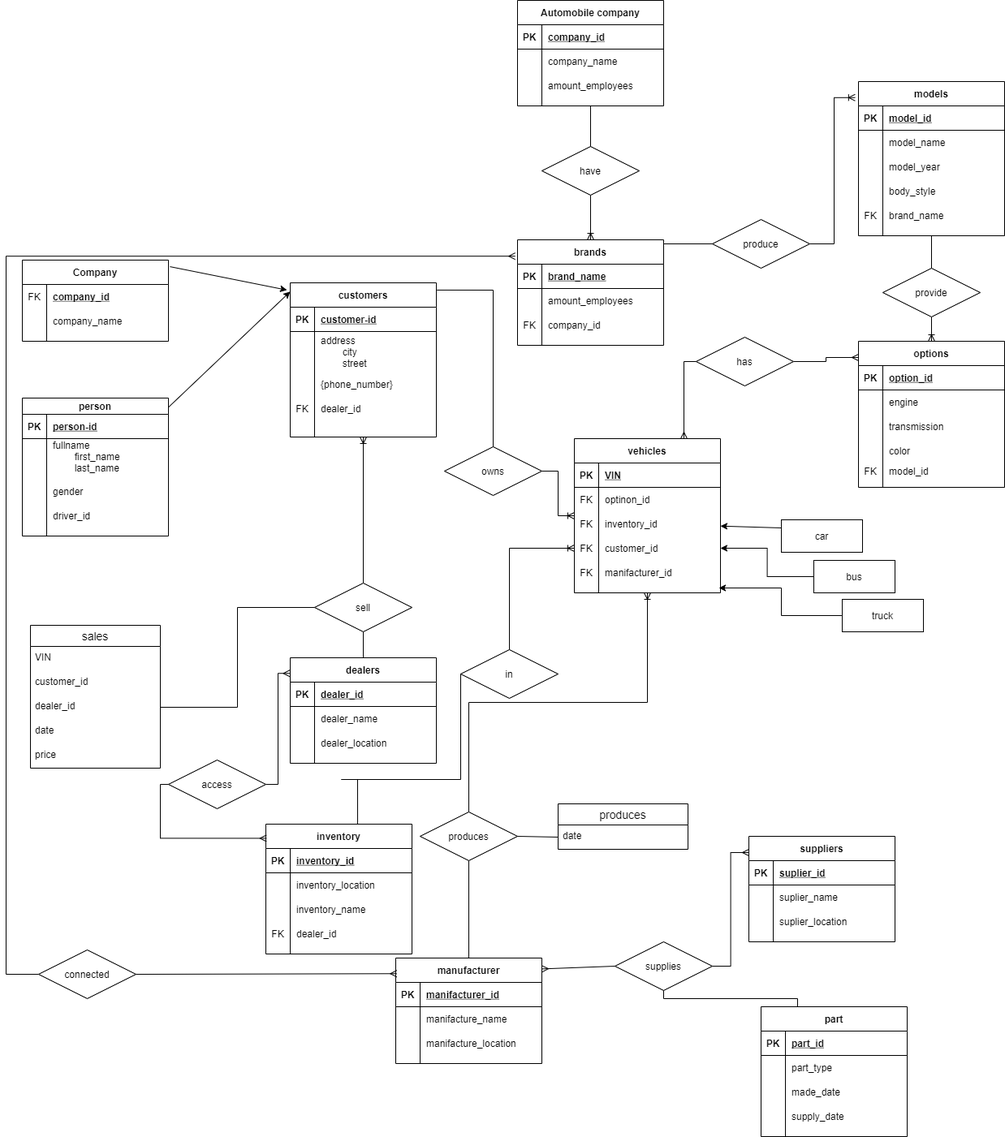
Above: Project/Project.drawio.png in dari-kayoo/Database (draw.io), before the change. Source tidied: cells renumbered, new cells last; positions are measured from the earlier drawing's top-left corner, leaving out a move shared by most shapes.
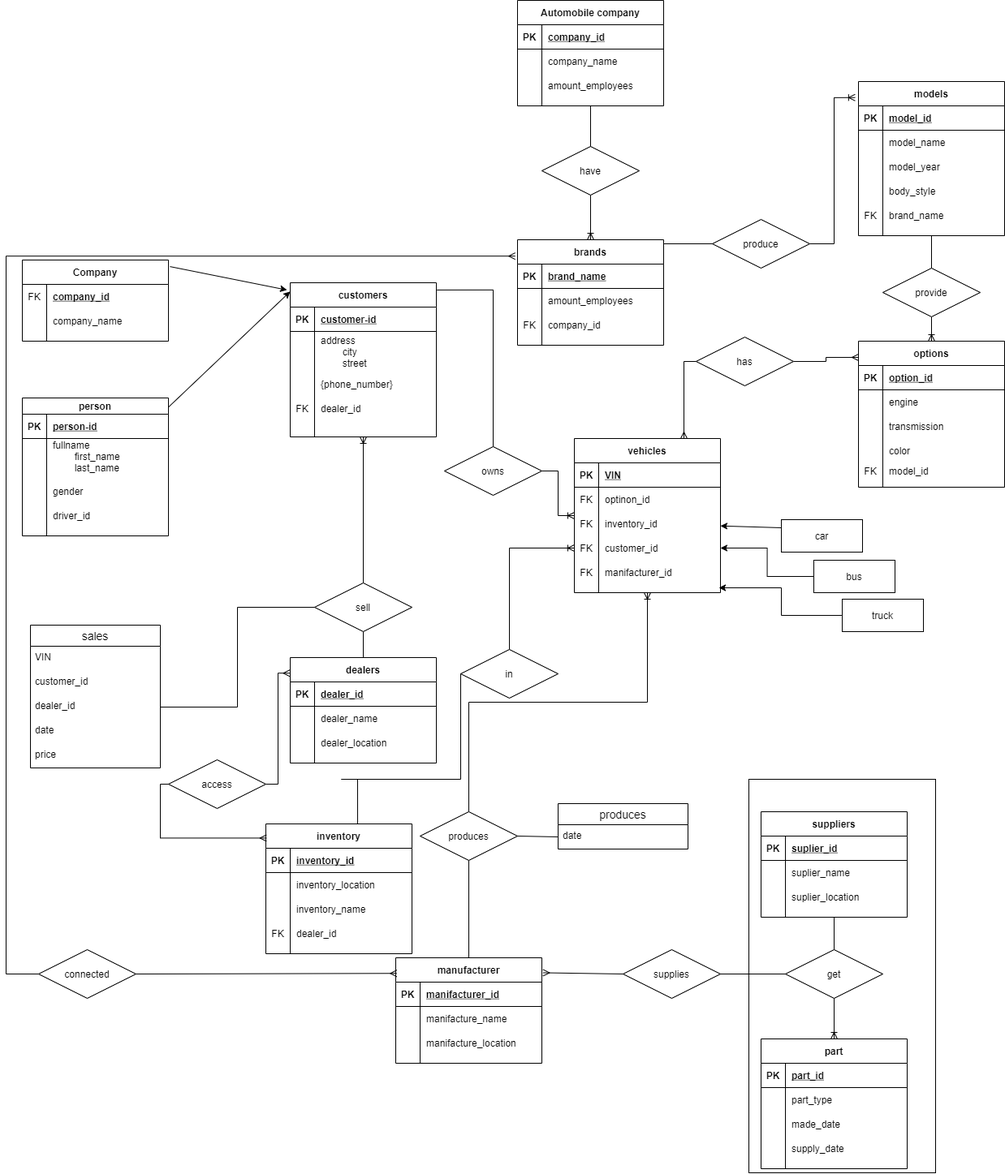
The same file after the commit.

Diff of the diagram source:
```diff
@@ -246,7 +246,7 @@
       <mxGeometry x="30" width="150" height="30" as="geometry" />
     </mxCell>
     <mxCell id="83" value="suppliers" style="shape=table;startSize=30;rowLines=0;fontStyle=1;align=center;" parent="1" vertex="1">
-      <mxGeometry x="915" y="1030" width="180" height="130" as="geometry" />
+      <mxGeometry x="930" y="1000" width="180" height="130" as="geometry" />
     </mxCell>
     <mxCell id="84" style="shape=partialRectangle;fillColor=none;top=0;left=0;bottom=1;right=0;" parent="83" vertex="1">
       <mxGeometry y="30" width="180" height="30" as="geometry" />
@@ -414,13 +414,10 @@
     <mxCell id="136" style="fontSize=12;html=1;endArrow=none;startArrow=ERmany;rounded=0;exitX=0.007;exitY=0.148;exitDx=0;exitDy=0;exitPerimeter=0;entryX=1;entryY=0.5;entryDx=0;entryDy=0;" parent="1" edge="1" source="93" target="135">
       <mxGeometry relative="1" as="geometry" />
     </mxCell>
-    <mxCell id="137" style="edgeStyle=orthogonalEdgeStyle;fontSize=12;html=1;endArrow=ERmany;startArrow=none;rounded=0;entryX=0;entryY=0.154;entryDx=0;entryDy=0;entryPerimeter=0;" parent="1" edge="1" source="138" target="83">
-      <mxGeometry relative="1" as="geometry" />
-    </mxCell>
     <mxCell id="138" value="supplies" style="shape=rhombus;perimeter=rhombusPerimeter;whiteSpace=wrap;html=1;align=center;" parent="1" vertex="1">
-      <mxGeometry x="750" y="1160" width="120" height="60" as="geometry" />
+      <mxGeometry x="760" y="1170" width="120" height="60" as="geometry" />
     </mxCell>
-    <mxCell id="139" style="fontSize=12;html=1;endArrow=none;startArrow=ERmany;rounded=0;exitX=1;exitY=0.103;exitDx=0;exitDy=0;exitPerimeter=0;entryX=0;entryY=0.5;entryDx=0;entryDy=0;" parent="1" edge="1" source="93" target="138">
+    <mxCell id="139" style="fontSize=12;html=1;endArrow=none;startArrow=ERmany;rounded=0;exitX=1.008;exitY=0.142;exitDx=0;exitDy=0;exitPerimeter=0;entryX=0;entryY=0.5;entryDx=0;entryDy=0;" parent="1" edge="1" source="93" target="138">
       <mxGeometry relative="1" as="geometry" />
     </mxCell>
     <mxCell id="140" value="inventory" style="shape=table;startSize=30;rowLines=0;fontStyle=1;align=center;" parent="1" vertex="1">
@@ -486,7 +483,7 @@
       <mxGeometry relative="1" as="geometry" />
     </mxCell>
     <mxCell id="159" value="part" style="shape=table;startSize=30;rowLines=0;fontStyle=1;align=center;" parent="1" vertex="1">
-      <mxGeometry x="930" y="1240" width="180" height="160" as="geometry" />
+      <mxGeometry x="930" y="1280" width="180" height="160" as="geometry" />
     </mxCell>
     <mxCell id="160" style="shape=partialRectangle;fillColor=none;top=0;left=0;bottom=1;right=0;" parent="159" vertex="1">
       <mxGeometry y="30" width="180" height="30" as="geometry" />
@@ -524,9 +521,6 @@
     <mxCell id="171" value="supply_date" style="shape=partialRectangle;fillColor=none;top=0;left=0;bottom=0;right=0;align=left;spacingLeft=6;overflow=hidden;" parent="169" vertex="1">
       <mxGeometry x="30" width="150" height="30" as="geometry" />
     </mxCell>
-    <mxCell id="172" style="endArrow=none;html=1;rounded=0;elbow=vertical;entryX=0.5;entryY=1;entryDx=0;entryDy=0;exitX=0.25;exitY=0;exitDx=0;exitDy=0;edgeStyle=elbowEdgeStyle;" parent="1" edge="1" source="159" target="138">
-      <mxGeometry relative="1" as="geometry" />
-    </mxCell>
     <mxCell id="173" value="produces" style="swimlane;fontStyle=0;horizontal=1;startSize=26;align=center;fontSize=14;" parent="1" vertex="1">
       <mxGeometry x="680" y="990" width="160" height="56" as="geometry" />
     </mxCell>
@@ -641,5 +635,20 @@
     <mxCell id="210" value="car" style="whiteSpace=wrap;html=1;align=center;" parent="1" vertex="1">
       <mxGeometry x="955" y="640" width="100" height="40" as="geometry" />
     </mxCell>
+    <mxCell id="211" style="fontSize=12;html=1;endArrow=ERoneToMany;rounded=0;elbow=vertical;entryX=0.5;entryY=0;entryDx=0;entryDy=0;exitX=0.5;exitY=1;exitDx=0;exitDy=0;startArrow=none;" parent="1" edge="1" source="212" target="159">
+      <mxGeometry relative="1" as="geometry" />
+    </mxCell>
+    <mxCell id="212" value="get" style="shape=rhombus;perimeter=rhombusPerimeter;whiteSpace=wrap;html=1;align=center;fillColor=none;" parent="1" vertex="1">
+      <mxGeometry x="960" y="1170" width="120" height="60" as="geometry" />
+    </mxCell>
+    <mxCell id="213" style="fontSize=12;html=1;endArrow=none;rounded=0;elbow=vertical;entryX=0.5;entryY=0;entryDx=0;entryDy=0;exitX=0.5;exitY=1;exitDx=0;exitDy=0;" parent="1" edge="1" source="83" target="212">
+      <mxGeometry relative="1" as="geometry" />
+    </mxCell>
+    <mxCell id="214" style="endArrow=none;html=1;rounded=0;elbow=vertical;entryX=0;entryY=0.5;entryDx=0;entryDy=0;exitX=1;exitY=0.5;exitDx=0;exitDy=0;" parent="1" edge="1" source="138" target="212">
+      <mxGeometry relative="1" as="geometry" />
+    </mxCell>
+    <mxCell id="215" style="rounded=0;whiteSpace=wrap;html=1;fillColor=none;" parent="1" vertex="1">
+      <mxGeometry x="915" y="960" width="230" height="485" as="geometry" />
+    </mxCell>
   </root>
 </mxGraphModel>
```
